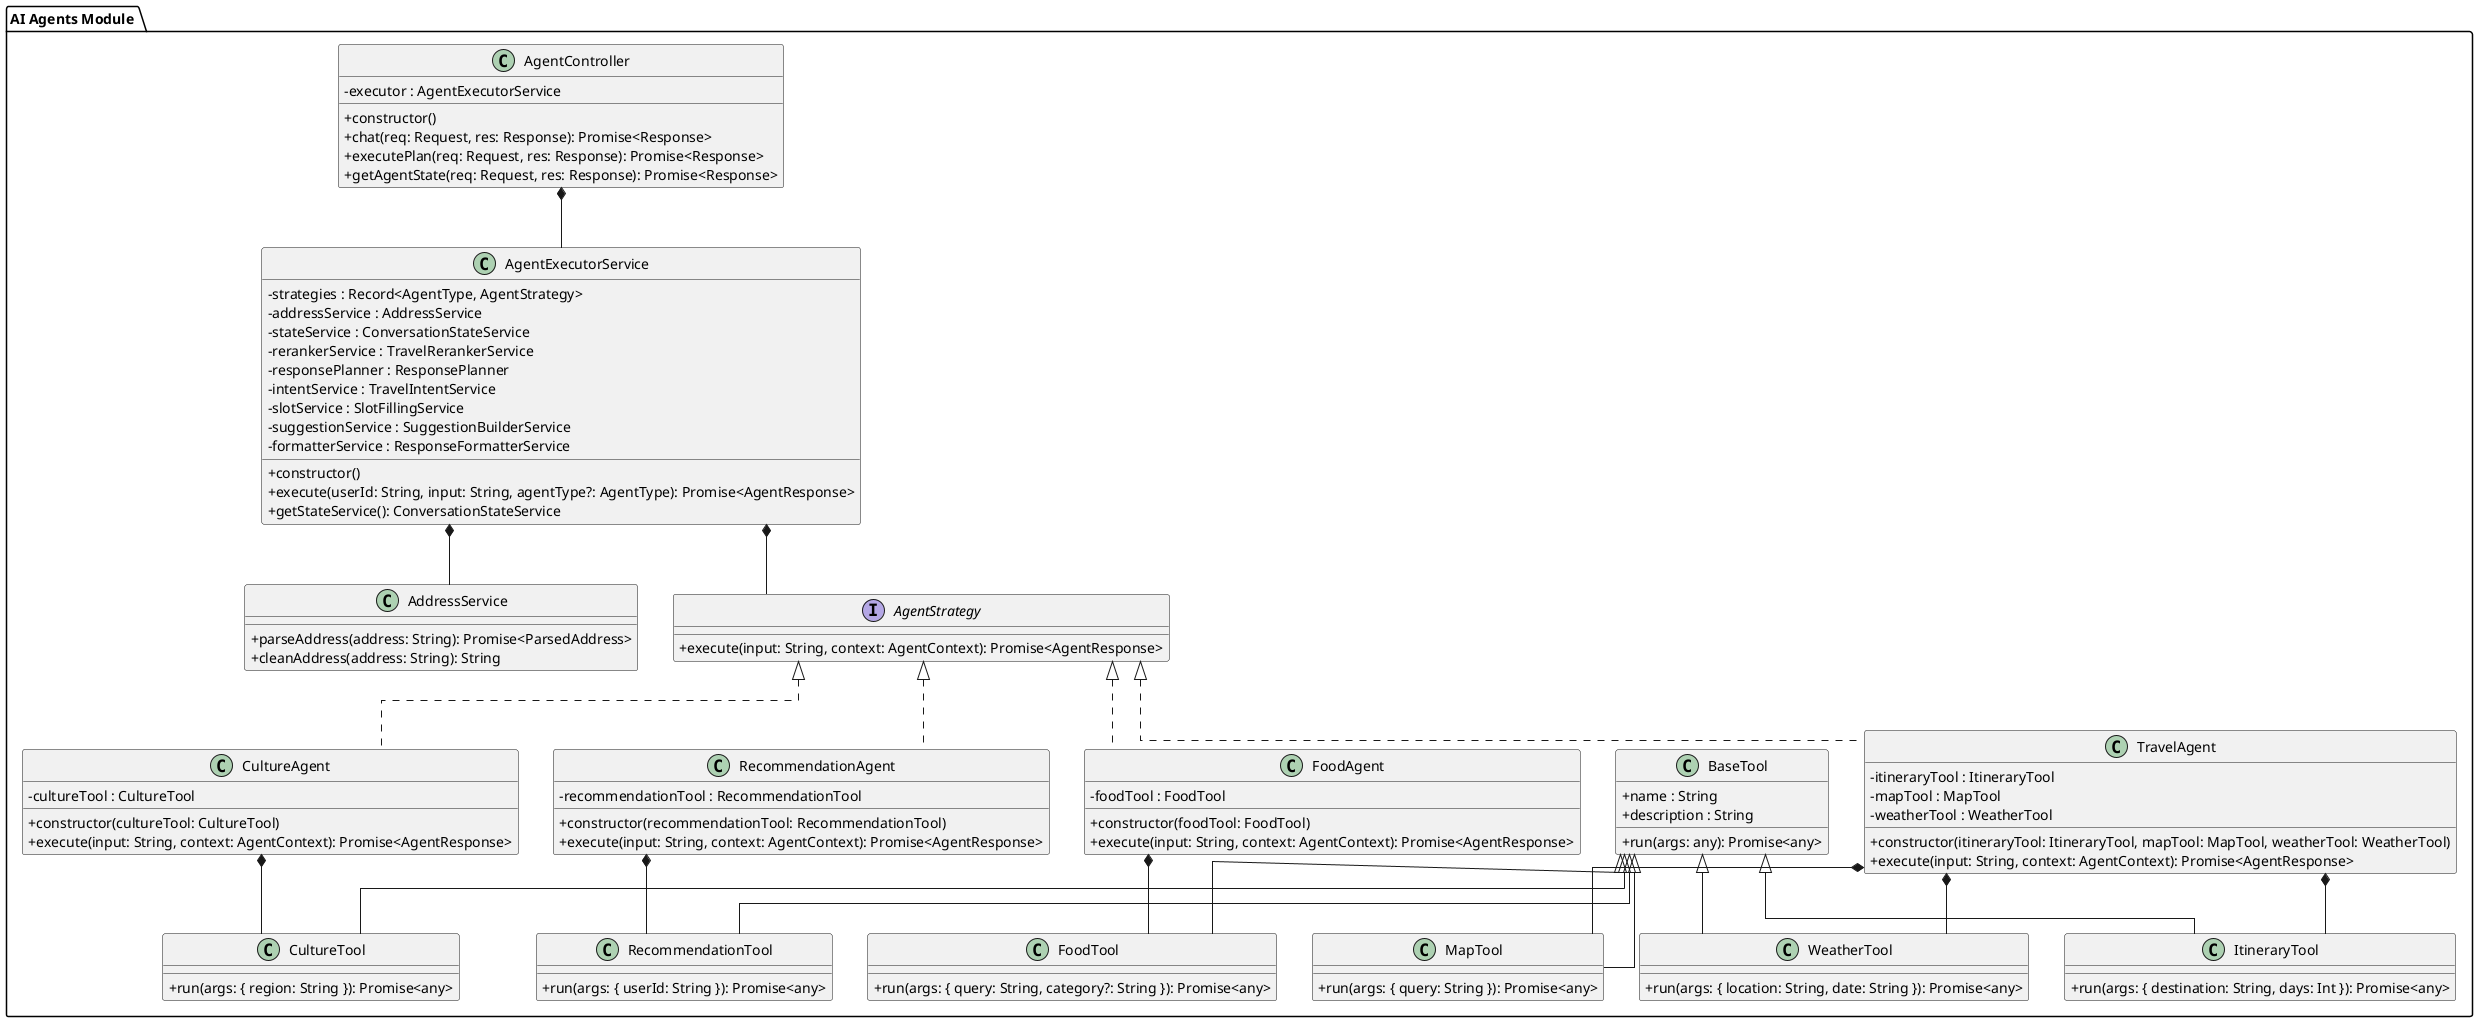
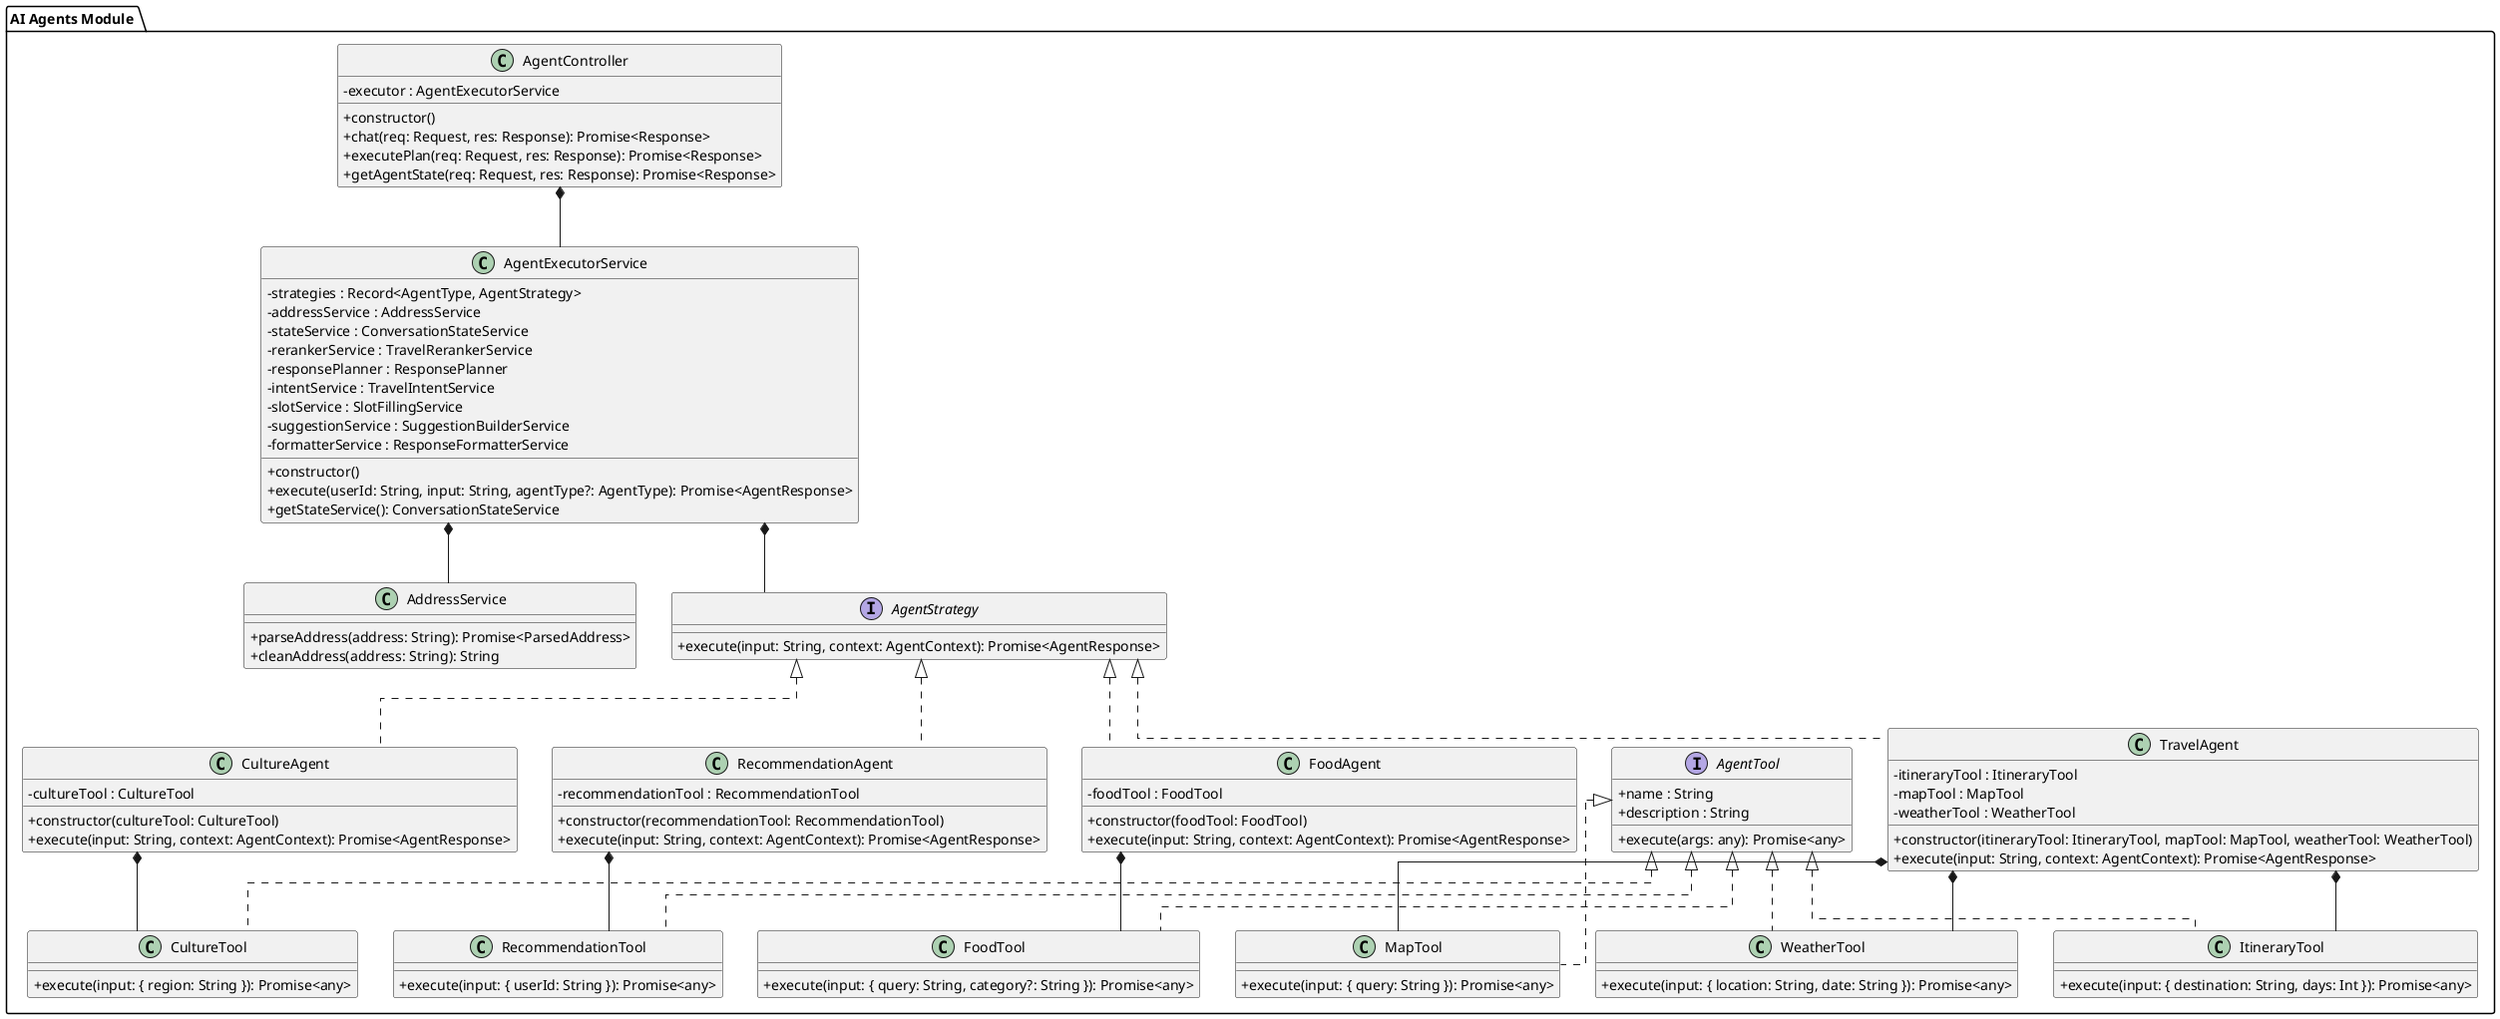
@startuml Class_AI_Agents

skinparam linetype ortho
skinparam classAttributeIconSize 0

package "AI Agents Module " {

  class "AgentController" as AgentController {
    - executor : AgentExecutorService
    + constructor()
    + chat(req: Request, res: Response): Promise<Response>
    + executePlan(req: Request, res: Response): Promise<Response>
    + getAgentState(req: Request, res: Response): Promise<Response>
  }

  class "AgentExecutorService" as AgentExecutorService {
    - strategies : Record<AgentType, AgentStrategy>
    - addressService : AddressService
    - stateService : ConversationStateService
    - rerankerService : TravelRerankerService
    - responsePlanner : ResponsePlanner
    - intentService : TravelIntentService
    - slotService : SlotFillingService
    - suggestionService : SuggestionBuilderService
    - formatterService : ResponseFormatterService
    + constructor()
    + execute(userId: String, input: String, agentType?: AgentType): Promise<AgentResponse>
    + getStateService(): ConversationStateService
  }

  class "AddressService" as AddressService {
    + parseAddress(address: String): Promise<ParsedAddress>
    + cleanAddress(address: String): String
  }

  interface "AgentStrategy" as AgentStrategy {
    + execute(input: String, context: AgentContext): Promise<AgentResponse>
  }

  class "TravelAgent" as TravelAgent implements AgentStrategy {
    - itineraryTool : ItineraryTool
    - mapTool : MapTool
    - weatherTool : WeatherTool
    + constructor(itineraryTool: ItineraryTool, mapTool: MapTool, weatherTool: WeatherTool)
    + execute(input: String, context: AgentContext): Promise<AgentResponse>
  }

  class "FoodAgent" as FoodAgent implements AgentStrategy {
    - foodTool : FoodTool
    + constructor(foodTool: FoodTool)
    + execute(input: String, context: AgentContext): Promise<AgentResponse>
  }

  class "CultureAgent" as CultureAgent implements AgentStrategy {
    - cultureTool : CultureTool
    + constructor(cultureTool: CultureTool)
    + execute(input: String, context: AgentContext): Promise<AgentResponse>
  }

  class "RecommendationAgent" as RecommendationAgent implements AgentStrategy {
    - recommendationTool : RecommendationTool
    + constructor(recommendationTool: RecommendationTool)
    + execute(input: String, context: AgentContext): Promise<AgentResponse>
  }

  ' ─── AGENT TOOLS ───
-   class "BaseTool" as BaseTool {
+   interface "AgentTool" as AgentTool {
    + name : String
    + description : String
-     + run(args: any): Promise<any>
+     + execute(args: any): Promise<any>
  }

-   class "MapTool" as MapTool extends BaseTool {
-     + run(args: { query: String }): Promise<any>
+   class "MapTool" as MapTool implements AgentTool {
+     + execute(input: { query: String }): Promise<any>
  }

-   class "WeatherTool" as WeatherTool extends BaseTool {
-     + run(args: { location: String, date: String }): Promise<any>
+   class "WeatherTool" as WeatherTool implements AgentTool {
+     + execute(input: { location: String, date: String }): Promise<any>
  }

-   class "FoodTool" as FoodTool extends BaseTool {
-     + run(args: { query: String, category?: String }): Promise<any>
+   class "FoodTool" as FoodTool implements AgentTool {
+     + execute(input: { query: String, category?: String }): Promise<any>
  }

-   class "CultureTool" as CultureTool extends BaseTool {
-     + run(args: { region: String }): Promise<any>
+   class "CultureTool" as CultureTool implements AgentTool {
+     + execute(input: { region: String }): Promise<any>
  }

-   class "RecommendationTool" as RecommendationTool extends BaseTool {
-     + run(args: { userId: String }): Promise<any>
+   class "RecommendationTool" as RecommendationTool implements AgentTool {
+     + execute(input: { userId: String }): Promise<any>
  }

-   class "ItineraryTool" as ItineraryTool extends BaseTool {
-     + run(args: { destination: String, days: Int }): Promise<any>
+   class "ItineraryTool" as ItineraryTool implements AgentTool {
+     + execute(input: { destination: String, days: Int }): Promise<any>
  }
}

AgentController *-- AgentExecutorService
AgentExecutorService *-- AddressService
AgentExecutorService *-- AgentStrategy

TravelAgent *-- ItineraryTool
TravelAgent *-- MapTool
TravelAgent *-- WeatherTool
FoodAgent *-- FoodTool
CultureAgent *-- CultureTool
RecommendationAgent *-- RecommendationTool

@enduml
